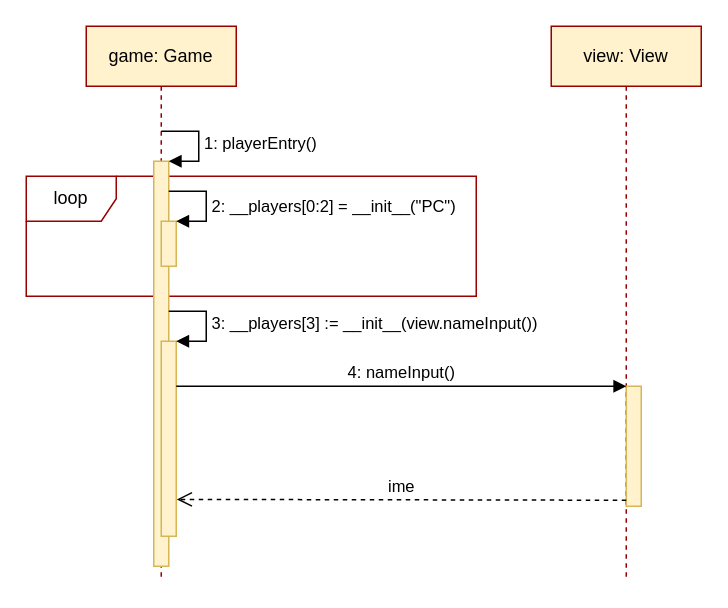
TheRealJoci/Tressette-Terminal-Card-Game keeps this draw.io diagram as page "Dijagram slijeda dealCards()" (15 of 15) of Dijagram.drawio. Above is the earlier version. Source tidied: cells renumbered, new cells numbered last; positions are measured from the earlier drawing's top-left corner, leaving out a move shared by most shapes. Both pictures are drawn from the tidied source at 150%, with x=0, y=0 at pixel (26, 26).
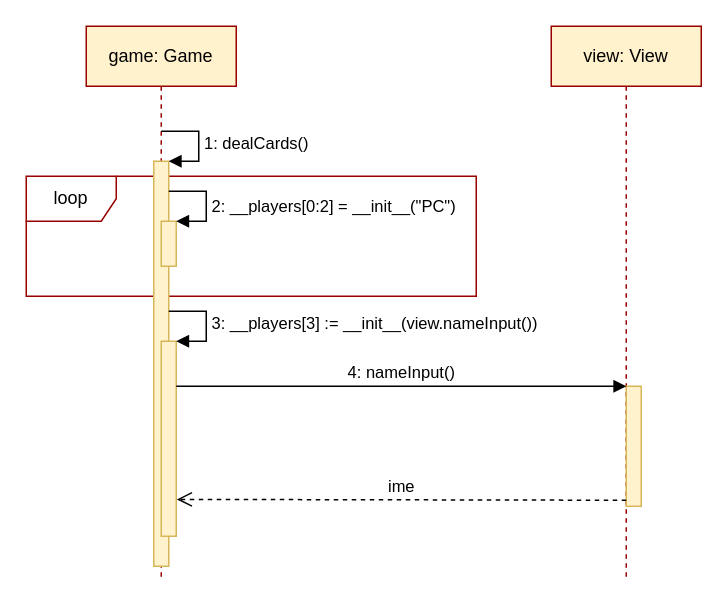
The same page after the edit.

Change to the diagram source:
```diff
@@
 <mxGraphModel>
   <root>
     <mxCell id="0" />
     <mxCell id="1" parent="0" />
     <mxCell id="2" value="loop" style="shape=umlFrame;whiteSpace=wrap;html=1;strokeColor=#990000;" parent="1" vertex="1">
       <mxGeometry y="100" width="300" height="80" as="geometry" />
     </mxCell>
     <mxCell id="3" value="view: View" style="shape=umlLifeline;perimeter=lifelinePerimeter;whiteSpace=wrap;html=1;fillColor=#fff2cc;strokeColor=#990000;" parent="1" vertex="1">
       <mxGeometry x="350" width="100" height="370" as="geometry" />
     </mxCell>
     <mxCell id="4" style="html=1;points=[];perimeter=orthogonalPerimeter;strokeColor=#d6b656;fillColor=#fff2cc;" parent="3" vertex="1">
       <mxGeometry x="50" y="240" width="10" height="80" as="geometry" />
     </mxCell>
     <mxCell id="5" value="game: Game" style="shape=umlLifeline;perimeter=lifelinePerimeter;whiteSpace=wrap;html=1;fillColor=#fff2cc;strokeColor=#990000;" parent="1" vertex="1">
       <mxGeometry x="40" width="100" height="370" as="geometry" />
     </mxCell>
     <mxCell id="6" style="html=1;perimeter=orthogonalPerimeter;fillColor=#fff2cc;strokeColor=#d6b656;" parent="5" vertex="1">
       <mxGeometry x="45" y="90" width="10" height="270" as="geometry" />
     </mxCell>
     <mxCell id="7" style="html=1;points=[];perimeter=orthogonalPerimeter;strokeColor=#d6b656;fillColor=#fff2cc;" parent="1" vertex="1">
       <mxGeometry x="90" y="130" width="10" height="30" as="geometry" />
     </mxCell>
     <mxCell id="8" value="2: __players[0:2] = __init__(&quot;PC&quot;)" style="edgeStyle=orthogonalEdgeStyle;html=1;align=left;spacingLeft=2;endArrow=block;rounded=0;entryX=1;entryY=0;" parent="1" edge="1" target="7">
       <mxGeometry x="0.08" relative="1" as="geometry">
         <mxPoint x="95" y="110" as="sourcePoint" />
         <Array as="points">
           <mxPoint x="120" y="110" />
         </Array>
       </mxGeometry>
     </mxCell>
     <mxCell id="9" style="html=1;points=[];perimeter=orthogonalPerimeter;strokeColor=#d6b656;fillColor=#fff2cc;" parent="1" vertex="1">
       <mxGeometry x="90" y="210" width="10" height="130" as="geometry" />
     </mxCell>
     <mxCell id="10" value="3: __players[3] := __init__(view.nameInput())" style="edgeStyle=orthogonalEdgeStyle;html=1;align=left;spacingLeft=2;endArrow=block;rounded=0;entryX=1;entryY=0;" parent="1" edge="1" target="9">
       <mxGeometry relative="1" as="geometry">
         <mxPoint x="95" y="190" as="sourcePoint" />
         <Array as="points">
           <mxPoint x="120" y="190" />
         </Array>
       </mxGeometry>
     </mxCell>
-    <mxCell id="11" value="1: playerEntry()" style="edgeStyle=orthogonalEdgeStyle;html=1;align=left;spacingLeft=2;endArrow=block;rounded=0;entryX=1;entryY=0;" parent="1" edge="1">
+    <mxCell id="11" value="1: dealCards()" style="edgeStyle=orthogonalEdgeStyle;html=1;align=left;spacingLeft=2;endArrow=block;rounded=0;entryX=1;entryY=0;" parent="1" edge="1">
       <mxGeometry relative="1" as="geometry">
         <mxPoint x="90" y="70" as="sourcePoint" />
         <mxPoint x="95" y="90" as="targetPoint" />
         <Array as="points">
           <mxPoint x="115" y="70" />
         </Array>
       </mxGeometry>
     </mxCell>
     <mxCell id="12" value="4: nameInput()" style="html=1;verticalAlign=bottom;endArrow=block;entryX=0;entryY=0;strokeColor=#000000;" parent="1" edge="1" target="4">
       <mxGeometry relative="1" as="geometry">
         <mxPoint x="100" y="240" as="sourcePoint" />
       </mxGeometry>
     </mxCell>
     <mxCell id="13" value="ime" style="html=1;verticalAlign=bottom;endArrow=open;dashed=1;endSize=8;exitX=0;exitY=0.95;strokeColor=#000000;entryX=1.04;entryY=0.811;entryDx=0;entryDy=0;entryPerimeter=0;" parent="1" edge="1" source="4" target="9">
       <mxGeometry relative="1" as="geometry" />
     </mxCell>
   </root>
 </mxGraphModel>
```
